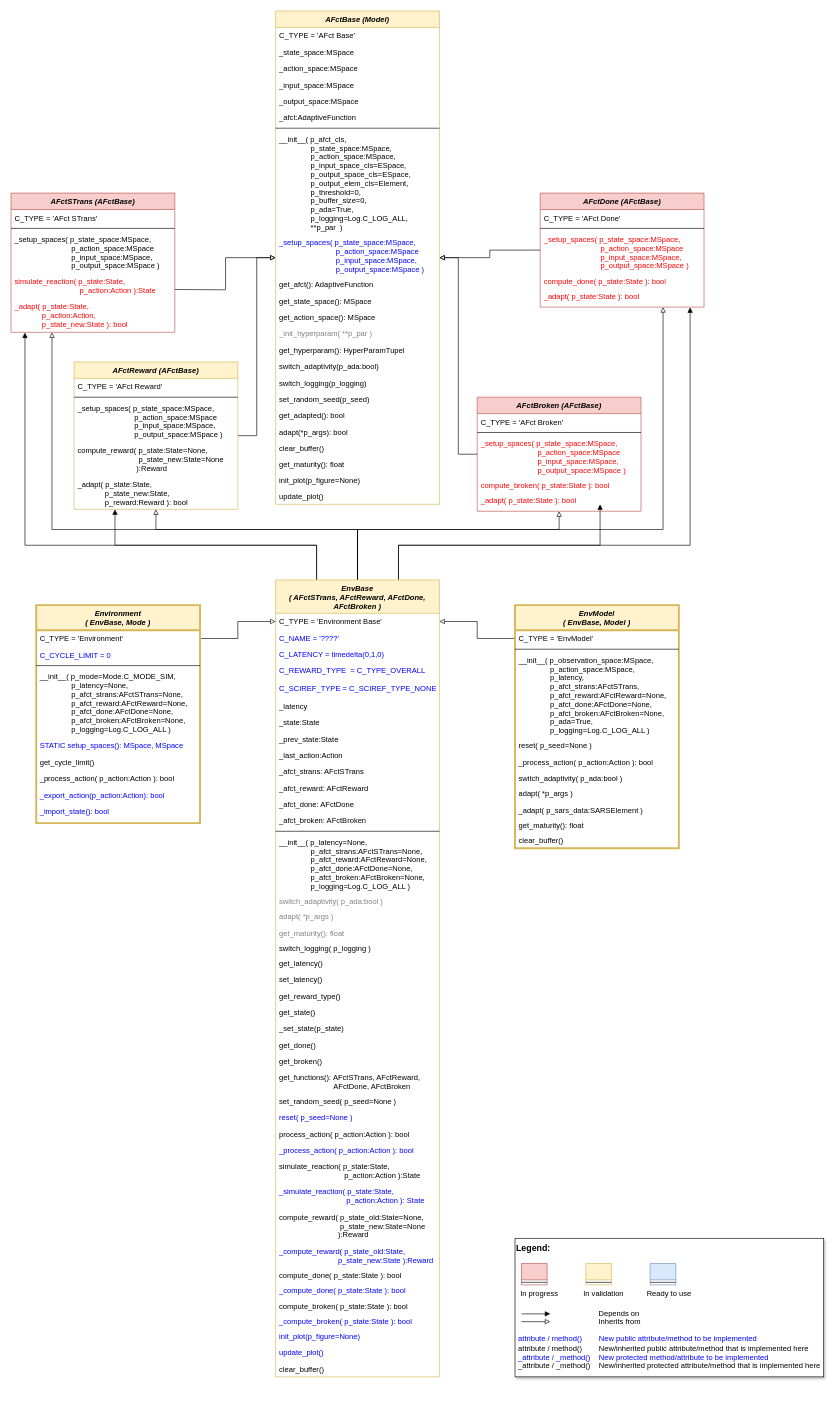
Before: doc/rtd/content/append2/core/images/rl/02_environments/MLPro-RL-Env_class_diagram.drawio in fhswf/MLPro, a draw.io diagram. Source tidied: cells renumbered, new cells numbered last; positions are measured from the earlier drawing's top-left corner, leaving out a move shared by most shapes. Both pictures are drawn from the tidied source at 63%, with x=0, y=0 at pixel (11, 11).
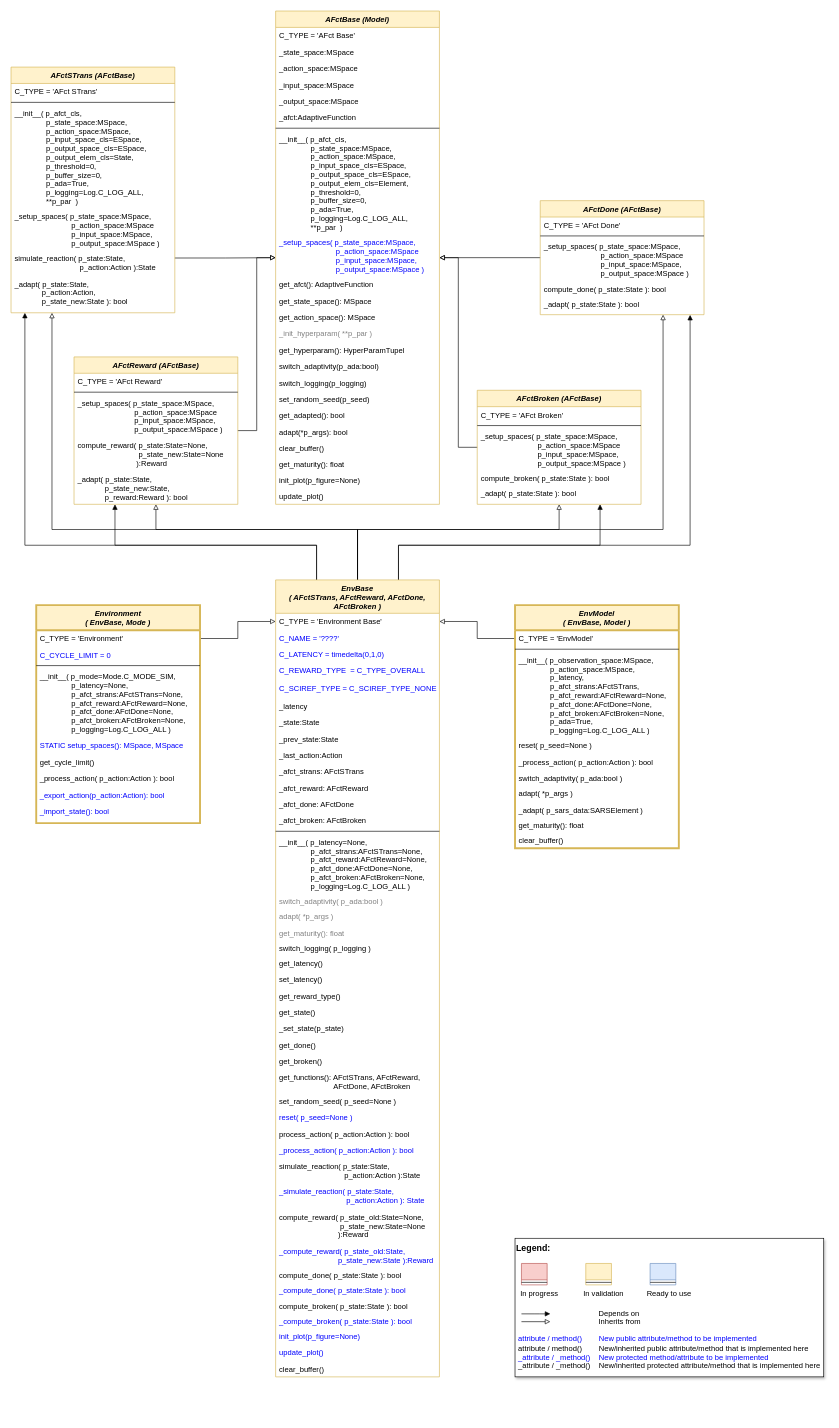
After the change.

The change refers to these unchanged cells:
```xml
<mxCell id="33" value="EnvBase &#10;( AFctSTrans, AFctReward, AFctDone, &#10;AFctBroken )" style="swimlane;fontStyle=3;align=center;verticalAlign=top;horizontal=1;startSize=53;rounded=0;shadow=0;strokeWidth=1;fillColor=#fff2cc;strokeColor=#d6b656;" parent="1" vertex="1">
  <mxGeometry x="420" y="903" width="260" height="1265" as="geometry" />
</mxCell>
<mxCell id="114" value="AFctBase (Model)" style="swimlane;fontStyle=3;align=center;verticalAlign=top;horizontal=1;startSize=26;rounded=0;shadow=0;strokeWidth=1;fillColor=#fff2cc;strokeColor=#d6b656;" parent="1" vertex="1">
  <mxGeometry x="420" width="260" height="783" as="geometry" />
</mxCell>
```

Diff of the diagram source:
```diff
@@
-    <mxCell id="30" style="edgeStyle=orthogonalEdgeStyle;rounded=0;jettySize=auto;html=1;fontColor=#0000FF;endArrow=block;endFill=1;exitX=0.25;exitY=0;exitDx=0;exitDy=0;entryX=0.085;entryY=1.008;entryDx=0;entryDy=0;entryPerimeter=0;" parent="1" edge="1" source="33" target="103">
+    <mxCell id="30" style="edgeStyle=orthogonalEdgeStyle;rounded=0;jettySize=auto;html=1;fontColor=#0000FF;endArrow=block;endFill=1;exitX=0.25;exitY=0;exitDx=0;exitDy=0;" parent="1" edge="1" source="33">
       <mxGeometry relative="1" as="geometry">
+        <mxPoint x="22" y="479" as="targetPoint" />
         <Array as="points">
           <mxPoint x="485" y="848" />
           <mxPoint x="22" y="848" />
         </Array>
       </mxGeometry>
     </mxCell>
@@
     <mxCell id="77" value="AFctReward (AFctBase)" style="swimlane;fontStyle=3;align=center;verticalAlign=top;horizontal=1;startSize=26;rounded=0;shadow=0;strokeWidth=1;fillColor=#fff2cc;strokeColor=#d6b656;" parent="1" vertex="1">
-      <mxGeometry x="100" y="557" width="260" height="234" as="geometry" />
+      <mxGeometry x="100" y="549" width="260" height="234" as="geometry" />
     </mxCell>
@@
-    <mxCell id="84" value="AFctDone (AFctBase)" style="swimlane;fontStyle=3;align=center;verticalAlign=top;horizontal=1;startSize=26;rounded=0;shadow=0;strokeWidth=1;fillColor=#f8cecc;strokeColor=#b85450;" parent="1" vertex="1">
-      <mxGeometry x="840" y="289" width="260" height="181" as="geometry" />
+    <mxCell id="84" value="AFctDone (AFctBase)" style="swimlane;fontStyle=3;align=center;verticalAlign=top;horizontal=1;startSize=26;rounded=0;shadow=0;strokeWidth=1;fillColor=#fff2cc;strokeColor=#d6b656;" parent="1" vertex="1">
+      <mxGeometry x="840" y="301" width="260" height="181" as="geometry" />
     </mxCell>
@@
-    <mxCell id="87" value="_setup_spaces( p_state_space:MSpace,&#10;                           p_action_space:MSpace&#10;                           p_input_space:MSpace,&#10;                           p_output_space:MSpace )" style="text;align=left;verticalAlign=top;spacingLeft=4;spacingRight=4;overflow=hidden;fontColor=#FF0000;" parent="84" vertex="1">
+    <mxCell id="87" value="_setup_spaces( p_state_space:MSpace,&#10;                           p_action_space:MSpace&#10;                           p_input_space:MSpace,&#10;                           p_output_space:MSpace )" style="text;align=left;verticalAlign=top;spacingLeft=4;spacingRight=4;overflow=hidden;" parent="84" vertex="1">
       <mxGeometry y="60" width="260" height="67" as="geometry" />
     </mxCell>
-    <mxCell id="88" value="compute_done( p_state:State ): bool" style="text;align=left;verticalAlign=top;spacingLeft=4;spacingRight=4;overflow=hidden;fontColor=#FF0000;" parent="84" vertex="1">
+    <mxCell id="88" value="compute_done( p_state:State ): bool" style="text;align=left;verticalAlign=top;spacingLeft=4;spacingRight=4;overflow=hidden;" parent="84" vertex="1">
       <mxGeometry y="127" width="260" height="24" as="geometry" />
     </mxCell>
-    <mxCell id="89" value="_adapt( p_state:State ): bool" style="text;align=left;verticalAlign=top;spacingLeft=4;spacingRight=4;overflow=hidden;points=[[0,0.5],[1,0.5]];portConstraint=eastwest;fontColor=#FF0000;" parent="84" vertex="1">
+    <mxCell id="89" value="_adapt( p_state:State ): bool" style="text;align=left;verticalAlign=top;spacingLeft=4;spacingRight=4;overflow=hidden;points=[[0,0.5],[1,0.5]];portConstraint=eastwest;" parent="84" vertex="1">
       <mxGeometry y="151" width="260" height="30" as="geometry" />
     </mxCell>
@@
-    <mxCell id="91" value="AFctBroken (AFctBase)" style="swimlane;fontStyle=3;align=center;verticalAlign=top;horizontal=1;startSize=26;rounded=0;shadow=0;strokeWidth=1;fillColor=#f8cecc;strokeColor=#b85450;" parent="1" vertex="1">
-      <mxGeometry x="740" y="613" width="260" height="181" as="geometry" />
+    <mxCell id="91" value="AFctBroken (AFctBase)" style="swimlane;fontStyle=3;align=center;verticalAlign=top;horizontal=1;startSize=26;rounded=0;shadow=0;strokeWidth=1;fillColor=#fff2cc;strokeColor=#d6b656;" parent="1" vertex="1">
+      <mxGeometry x="740" y="602" width="260" height="181" as="geometry" />
     </mxCell>
@@
-    <mxCell id="94" value="_setup_spaces( p_state_space:MSpace,&#10;                           p_action_space:MSpace&#10;                           p_input_space:MSpace,&#10;                           p_output_space:MSpace )" style="text;align=left;verticalAlign=top;spacingLeft=4;spacingRight=4;overflow=hidden;fontColor=#FF0000;" parent="91" vertex="1">
+    <mxCell id="94" value="_setup_spaces( p_state_space:MSpace,&#10;                           p_action_space:MSpace&#10;                           p_input_space:MSpace,&#10;                           p_output_space:MSpace )" style="text;align=left;verticalAlign=top;spacingLeft=4;spacingRight=4;overflow=hidden;" parent="91" vertex="1">
       <mxGeometry y="60" width="260" height="67" as="geometry" />
     </mxCell>
-    <mxCell id="95" value="compute_broken( p_state:State ): bool" style="text;align=left;verticalAlign=top;spacingLeft=4;spacingRight=4;overflow=hidden;fontColor=#FF0000;" parent="91" vertex="1">
+    <mxCell id="95" value="compute_broken( p_state:State ): bool" style="text;align=left;verticalAlign=top;spacingLeft=4;spacingRight=4;overflow=hidden;" parent="91" vertex="1">
       <mxGeometry y="127" width="260" height="24" as="geometry" />
     </mxCell>
-    <mxCell id="96" value="_adapt( p_state:State ): bool" style="text;align=left;verticalAlign=top;spacingLeft=4;spacingRight=4;overflow=hidden;fontColor=#FF0000;" parent="91" vertex="1">
+    <mxCell id="96" value="_adapt( p_state:State ): bool" style="text;align=left;verticalAlign=top;spacingLeft=4;spacingRight=4;overflow=hidden;" parent="91" vertex="1">
       <mxGeometry y="151" width="260" height="30" as="geometry" />
     </mxCell>
-    <mxCell id="97" style="edgeStyle=orthogonalEdgeStyle;rounded=0;jettySize=auto;html=1;fontColor=#0000FF;endArrow=block;endFill=0;exitX=1;exitY=0.465;exitDx=0;exitDy=0;exitPerimeter=0;" parent="1" edge="1" target="114">
-      <mxGeometry relative="1" as="geometry">
-        <mxPoint x="260" y="442" as="sourcePoint" />
-      </mxGeometry>
+    <mxCell id="97" style="edgeStyle=orthogonalEdgeStyle;rounded=0;jettySize=auto;html=1;fontColor=#0000FF;endArrow=block;endFill=0;exitX=1;exitY=0.301;exitDx=0;exitDy=0;exitPerimeter=0;" parent="1" edge="1" source="102" target="114">
+      <mxGeometry relative="1" as="geometry" />
     </mxCell>
-    <mxCell id="98" value="AFctSTrans (AFctBase)" style="swimlane;fontStyle=3;align=center;verticalAlign=top;horizontal=1;startSize=26;rounded=0;shadow=0;strokeWidth=1;fillColor=#f8cecc;strokeColor=#b85450;" parent="1" vertex="1">
-      <mxGeometry y="289" width="260" height="221" as="geometry" />
+    <mxCell id="98" value="AFctSTrans (AFctBase)" style="swimlane;fontStyle=3;align=center;verticalAlign=top;horizontal=1;startSize=26;rounded=0;shadow=0;strokeWidth=1;fillColor=#fff2cc;strokeColor=#d6b656;" parent="1" vertex="1">
+      <mxGeometry y="89" width="260" height="390" as="geometry" />
     </mxCell>
@@
+    <mxCell id="138" value="__init__( p_afct_cls,&#10;               p_state_space:MSpace,&#10;               p_action_space:MSpace,&#10;               p_input_space_cls=ESpace,&#10;               p_output_space_cls=ESpace,&#10;               p_output_elem_cls=State,&#10;               p_threshold=0,&#10;               p_buffer_size=0,&#10;               p_ada=True, &#10;               p_logging=Log.C_LOG_ALL,&#10;               **p_par  )" style="text;align=left;verticalAlign=top;spacingLeft=4;spacingRight=4;overflow=hidden;" parent="98" vertex="1">
+      <mxGeometry y="60" width="260" height="164" as="geometry" />
+    </mxCell>
     <mxCell id="101" value="_setup_spaces( p_state_space:MSpace,&#10;                           p_action_space:MSpace&#10;                           p_input_space:MSpace,&#10;                           p_output_space:MSpace )" style="text;align=left;verticalAlign=top;spacingLeft=4;spacingRight=4;overflow=hidden;" parent="98" vertex="1">
-      <mxGeometry y="60" width="260" height="67" as="geometry" />
+      <mxGeometry y="224" width="260" height="67" as="geometry" />
     </mxCell>
-    <mxCell id="102" value="simulate_reaction( p_state:State, &#10;                               p_action:Action ):State" style="text;align=left;verticalAlign=top;spacingLeft=4;spacingRight=4;overflow=hidden;points=[[0,0.5],[1,0.5]];portConstraint=eastwest;fontColor=#FF0000;" parent="98" vertex="1">
-      <mxGeometry y="127" width="260" height="40" as="geometry" />
+    <mxCell id="102" value="simulate_reaction( p_state:State, &#10;                               p_action:Action ):State" style="text;align=left;verticalAlign=top;spacingLeft=4;spacingRight=4;overflow=hidden;points=[[0,0.5],[1,0.5]];portConstraint=eastwest;" parent="98" vertex="1">
+      <mxGeometry y="291" width="260" height="40" as="geometry" />
     </mxCell>
-    <mxCell id="103" value="_adapt( p_state:State, &#10;             p_action:Action,&#10;             p_state_new:State ): bool" style="text;align=left;verticalAlign=top;spacingLeft=4;spacingRight=4;overflow=hidden;points=[[0,0.5],[1,0.5]];portConstraint=eastwest;fontColor=#FF0000;" parent="98" vertex="1">
-      <mxGeometry y="167" width="260" height="54" as="geometry" />
+    <mxCell id="103" value="_adapt( p_state:State, &#10;             p_action:Action,&#10;             p_state_new:State ): bool" style="text;align=left;verticalAlign=top;spacingLeft=4;spacingRight=4;overflow=hidden;points=[[0,0.5],[1,0.5]];portConstraint=eastwest;" parent="98" vertex="1">
+      <mxGeometry y="331" width="260" height="54" as="geometry" />
     </mxCell>
```
